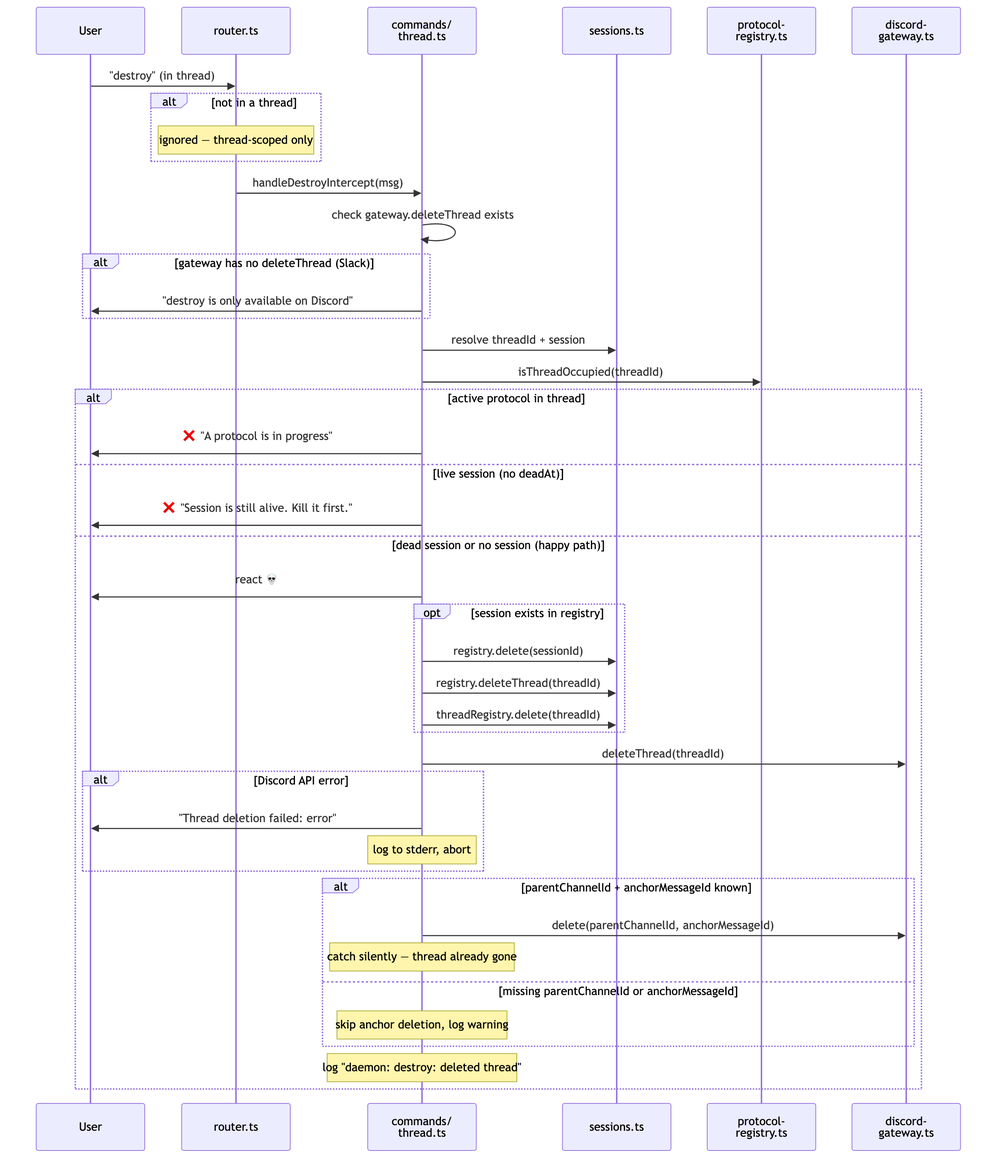
Earlier version of the Mermaid export diagrams/flow-destroy.png (sf8193/hydra). Its source is kept beside it as diagrams/flow-destroy.mmd.
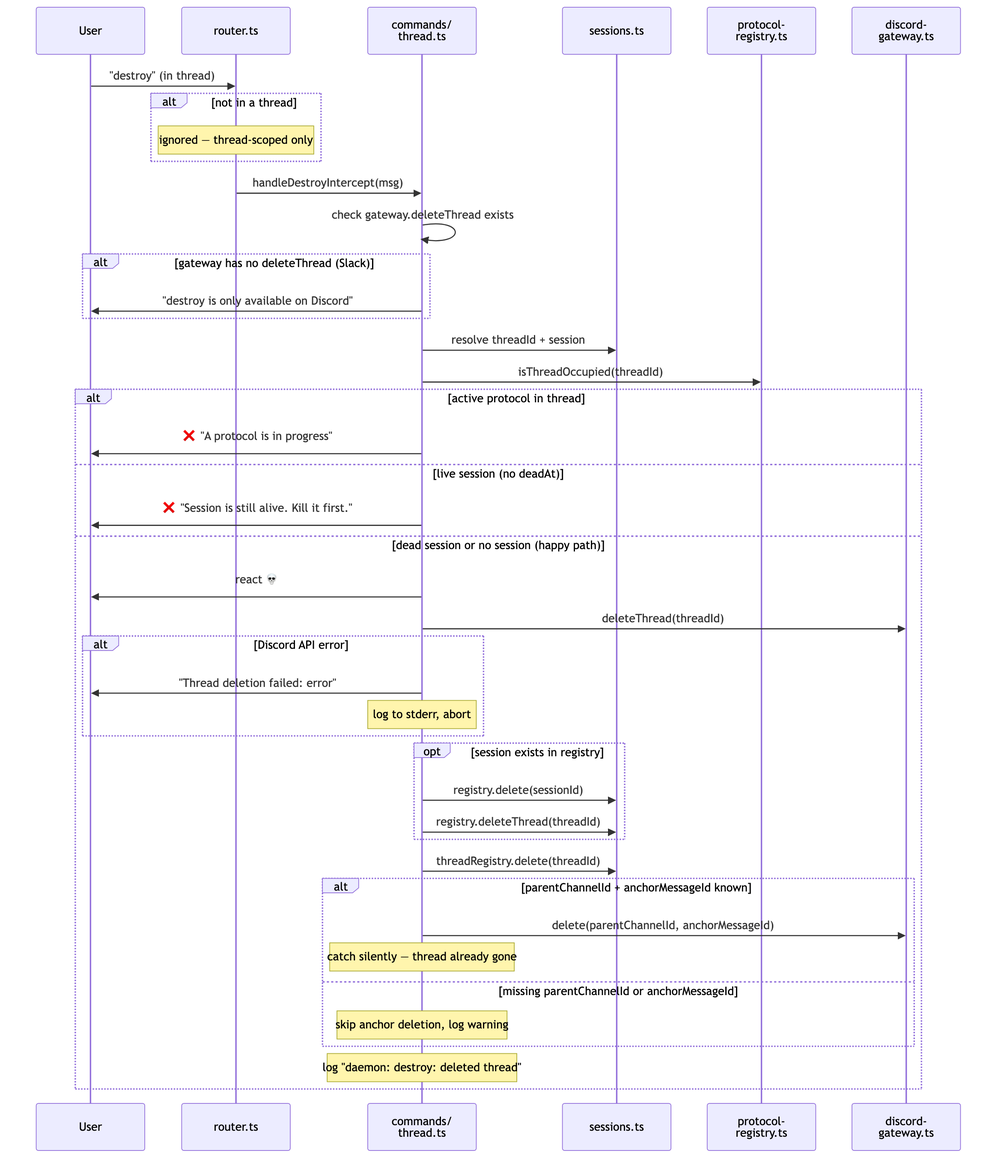
Above is the later version.

Commit message:
fix: API call before registry cleanup + diagram accuracy

Reordered destroy handler: deleteThread API call happens BEFORE registry
cleanup. If the API fails, the registry stays intact — no phantom threads.
Diagram updated to match: API first, then cleanup with threadRegistry.delete
outside the session guard.

Diff of the diagram source:
```diff
@@ -30,17 +30,17 @@
     else dead session or no session (happy path)
         handler->>user: react 💀
 
-        opt session exists in registry
-            handler->>registry: registry.delete(sessionId)
-            handler->>registry: registry.deleteThread(threadId)
-            handler->>registry: threadRegistry.delete(threadId)
-        end
-
         handler->>gateway: deleteThread(threadId)
         alt Discord API error
             handler->>user: "Thread deletion failed: error"
             Note over handler: log to stderr, abort
         end
+
+        opt session exists in registry
+            handler->>registry: registry.delete(sessionId)
+            handler->>registry: registry.deleteThread(threadId)
+        end
+        handler->>registry: threadRegistry.delete(threadId)
 
         alt parentChannelId + anchorMessageId known
             handler->>gateway: delete(parentChannelId, anchorMessageId)
```
